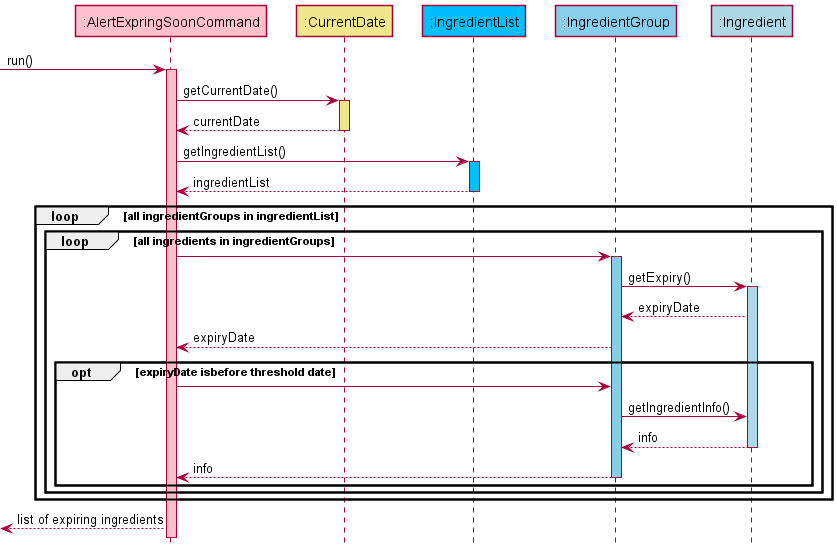
Above: docs/images/AlertExpirySequenceDiagram.png in nus-cs2113-AY2122S1/tp (PlantUML), before the change.
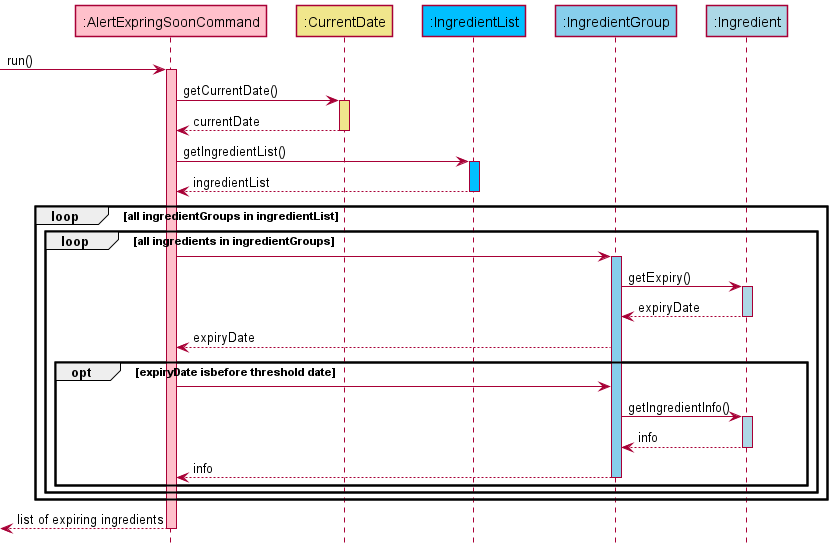
After the change.

Commit message:
Some edits to diagram based on DG peer review

Change to the diagram source:
```diff
@@ -29,11 +29,13 @@
         ing_group -> ing : getExpiry()
         activate ing INGREDIENT_COLOUR
         ing --> ing_group : expiryDate
+        deactivate ing
 
         ing_group --> alert_exp: expiryDate
         opt expiryDate isbefore threshold date
             alert_exp -> ing_group
             ing_group -> ing: getIngredientInfo()
+            activate ing INGREDIENT_COLOUR
             ing --> ing_group: info
             deactivate ing
             ing_group --> alert_exp: info
@@ -43,7 +45,7 @@
 end
 
 <-- alert_exp : list of expiring ingredients
-
+deactivate alert_exp
 
 
 
```
